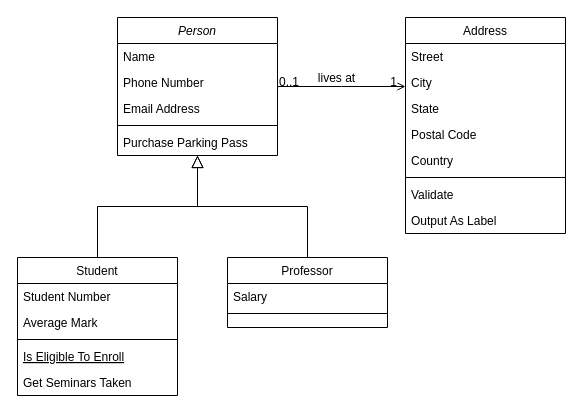
The draw.io diagram src/main/resources/gold_mining classDiagram.drawio in IgiranezaMichel/gold-mining-app-backend, before the edit. Source tidied: cells renumbered, new cells numbered last; positions are measured from the earlier drawing's top-left corner, leaving out a move shared by most shapes. Both pictures are drawn from the tidied source at 100%, with x=0, y=0 at pixel (17, 17).
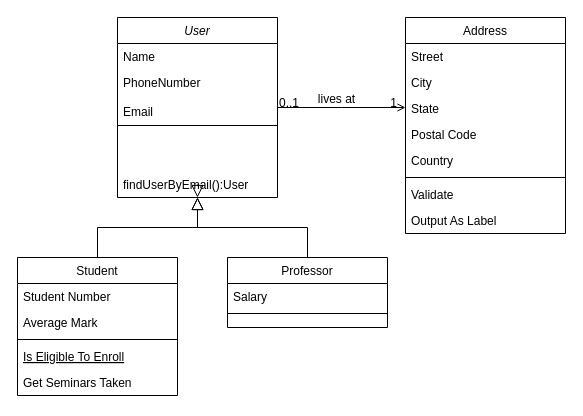
The same diagram, later.

The change refers to these unchanged cells:
```xml
<mxCell id="15" value="Professor" style="swimlane;fontStyle=0;align=center;verticalAlign=top;horizontal=1;startSize=26;rounded=0;shadow=0;strokeWidth=1;" parent="1" vertex="1">
  <mxGeometry x="210" y="240" width="160" height="70" as="geometry" />
</mxCell>
```

Change to the diagram source:
```diff
@@
-    <mxCell id="2" value="Person" style="swimlane;fontStyle=2;align=center;verticalAlign=top;horizontal=1;startSize=26;rounded=0;shadow=0;strokeWidth=1;" parent="1" vertex="1">
-      <mxGeometry x="100" width="160" height="138" as="geometry" />
+    <mxCell id="2" value="User" style="swimlane;fontStyle=2;align=center;verticalAlign=top;horizontal=1;startSize=26;rounded=0;shadow=0;strokeWidth=1;" parent="1" vertex="1">
+      <mxGeometry x="100" width="160" height="180" as="geometry" />
     </mxCell>
@@
-    <mxCell id="4" value="Phone Number" style="text;align=left;verticalAlign=top;spacingLeft=4;spacingRight=4;overflow=hidden;rounded=0;shadow=0;html=0;" parent="2" vertex="1">
+    <mxCell id="4" value="PhoneNumber" style="text;align=left;verticalAlign=top;spacingLeft=4;spacingRight=4;overflow=hidden;rounded=0;shadow=0;html=0;" parent="2" vertex="1">
       <mxGeometry y="52" width="160" height="26" as="geometry" />
     </mxCell>
-    <mxCell id="5" value="Email Address" style="text;align=left;verticalAlign=top;spacingLeft=4;spacingRight=4;overflow=hidden;rounded=0;shadow=0;html=0;" parent="2" vertex="1">
+    <mxCell id="5" value="Email" style="text;align=left;verticalAlign=bottom;spacingLeft=4;spacingRight=4;overflow=hidden;rounded=0;shadow=0;html=0;" parent="2" vertex="1">
       <mxGeometry y="78" width="160" height="26" as="geometry" />
     </mxCell>
@@
-    <mxCell id="7" value="Purchase Parking Pass" style="text;align=left;verticalAlign=top;spacingLeft=4;spacingRight=4;overflow=hidden;points=[[0,0.5],[1,0.5]];portConstraint=eastwest;" parent="2" vertex="1">
-      <mxGeometry y="112" width="160" height="26" as="geometry" />
-    </mxCell>
@@
-    <mxCell id="18" style="endArrow=block;endSize=10;endFill=0;shadow=0;strokeWidth=1;rounded=0;curved=0;edgeStyle=elbowEdgeStyle;elbow=vertical;" parent="1" edge="1" source="15" target="2">
+    <mxCell id="18" style="endArrow=block;endSize=10;endFill=0;shadow=0;strokeWidth=1;rounded=0;curved=0;edgeStyle=elbowEdgeStyle;elbow=vertical;" parent="1" edge="1" source="7" target="2">
       <mxGeometry relative="1" as="geometry" />
     </mxCell>
@@
+    <mxCell id="32" style="endArrow=block;endSize=10;endFill=0;shadow=0;strokeWidth=1;rounded=0;curved=0;edgeStyle=elbowEdgeStyle;elbow=vertical;" parent="1" edge="1" source="15" target="7">
+      <mxGeometry relative="1" as="geometry" />
+    </mxCell>
+    <mxCell id="7" value="findUserByEmail():User" style="text;align=left;verticalAlign=top;spacingLeft=4;spacingRight=4;overflow=hidden;points=[[0,0.5],[1,0.5]];portConstraint=eastwest;" parent="1" vertex="1">
+      <mxGeometry x="100" y="154" width="160" height="26" as="geometry" />
+    </mxCell>
```
